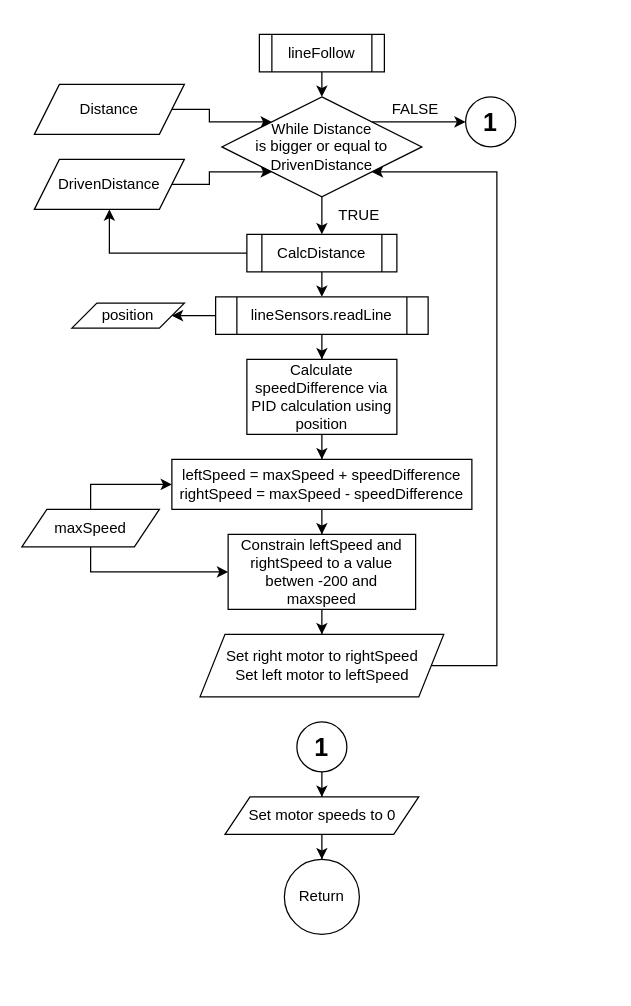
Above: Draw/lineFollow.drawio in jens1906/P1-project-1.-semester (draw.io), before the change. Source tidied: cells renumbered, new cells numbered last; positions are measured from the earlier drawing's top-left corner, leaving out a move shared by most shapes. Both pictures are drawn from the tidied source at 125%, with x=0, y=0 at pixel (21, 34).
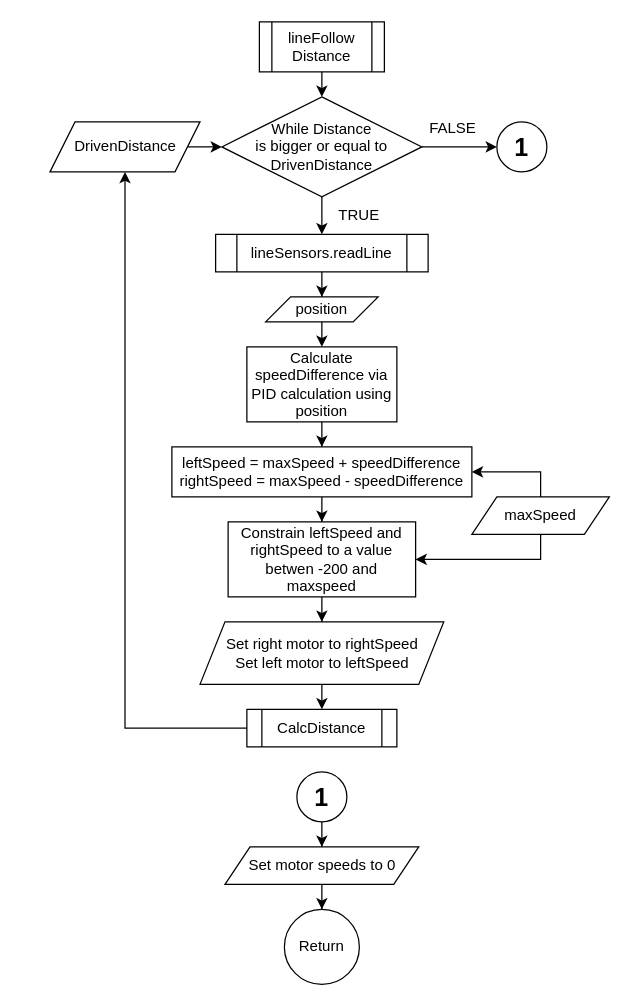
The same diagram, later.

The change refers to these unchanged cells:
```xml
<mxCell id="6" value="While Distance &lt;br&gt;is bigger or equal to DrivenDistance" style="rhombus;whiteSpace=wrap;html=1;" parent="1" vertex="1">
  <mxGeometry x="160" y="50" width="160" height="80" as="geometry" />
</mxCell>
```

Diff of the diagram source:
```diff
@@
-    <mxCell id="3" value="lineFollow" style="shape=process;whiteSpace=wrap;html=1;backgroundOutline=1;" parent="1" vertex="1">
-      <mxGeometry x="190" width="100" height="30" as="geometry" />
+    <mxCell id="3" value="lineFollow&lt;br&gt;Distance" style="shape=process;whiteSpace=wrap;html=1;backgroundOutline=1;" parent="1" vertex="1">
+      <mxGeometry x="190" y="-10" width="100" height="40" as="geometry" />
     </mxCell>
-    <mxCell id="4" style="edgeStyle=orthogonalEdgeStyle;rounded=0;jettySize=auto;html=1;exitX=1;exitY=0;exitDx=0;exitDy=0;entryX=0;entryY=0.5;entryDx=0;entryDy=0;" parent="1" edge="1" source="6" target="11">
+    <mxCell id="4" style="edgeStyle=orthogonalEdgeStyle;rounded=0;jettySize=auto;html=1;exitX=1;exitY=0.5;exitDx=0;exitDy=0;entryX=0;entryY=0.5;entryDx=0;entryDy=0;" parent="1" edge="1" source="6" target="11">
       <mxGeometry relative="1" as="geometry" />
     </mxCell>
-    <mxCell id="5" style="edgeStyle=orthogonalEdgeStyle;rounded=0;jettySize=auto;html=1;entryX=0.5;entryY=0;entryDx=0;entryDy=0;" parent="1" edge="1" source="6" target="16">
-      <mxGeometry relative="1" as="geometry" />
-    </mxCell>
+    <mxCell id="37" style="edgeStyle=orthogonalEdgeStyle;rounded=0;jettySize=auto;html=1;exitX=0.5;exitY=1;exitDx=0;exitDy=0;entryX=0.5;entryY=0;entryDx=0;entryDy=0;" parent="1" edge="1" source="6" target="19">
+      <mxGeometry relative="1" as="geometry" />
+    </mxCell>
@@
-    <mxCell id="7" style="edgeStyle=orthogonalEdgeStyle;rounded=0;jettySize=auto;html=1;exitX=1;exitY=0.5;exitDx=0;exitDy=0;entryX=0;entryY=0;entryDx=0;entryDy=0;" parent="1" edge="1" source="8" target="6">
-      <mxGeometry relative="1" as="geometry" />
-    </mxCell>
-    <mxCell id="8" value="Distance" style="shape=parallelogram;perimeter=parallelogramPerimeter;whiteSpace=wrap;html=1;fixedSize=1;" parent="1" vertex="1">
-      <mxGeometry x="10" y="40" width="120" height="40" as="geometry" />
-    </mxCell>
-    <mxCell id="9" style="edgeStyle=orthogonalEdgeStyle;rounded=0;jettySize=auto;html=1;exitX=1;exitY=0.5;exitDx=0;exitDy=0;entryX=0;entryY=1;entryDx=0;entryDy=0;" parent="1" edge="1" source="10" target="6">
+    <mxCell id="9" style="edgeStyle=orthogonalEdgeStyle;rounded=0;jettySize=auto;html=1;exitX=1;exitY=0.5;exitDx=0;exitDy=0;entryX=0;entryY=0.5;entryDx=0;entryDy=0;" parent="1" edge="1" source="10" target="6">
       <mxGeometry relative="1" as="geometry" />
     </mxCell>
     <mxCell id="10" value="DrivenDistance" style="shape=parallelogram;perimeter=parallelogramPerimeter;whiteSpace=wrap;html=1;fixedSize=1;" parent="1" vertex="1">
-      <mxGeometry x="10" y="100" width="120" height="40" as="geometry" />
+      <mxGeometry x="22.5" y="70" width="120" height="40" as="geometry" />
     </mxCell>
     <mxCell id="11" value="&lt;font style=&quot;font-size: 20px;&quot;&gt;&lt;b&gt;1&lt;/b&gt;&lt;/font&gt;" style="ellipse;whiteSpace=wrap;html=1;" parent="1" vertex="1">
-      <mxGeometry x="355" y="50" width="40" height="40" as="geometry" />
+      <mxGeometry x="380" y="70" width="40" height="40" as="geometry" />
     </mxCell>
@@
     <mxCell id="13" value="FALSE" style="text;html=1;strokeColor=none;fillColor=none;align=center;verticalAlign=middle;whiteSpace=wrap;rounded=0;" parent="1" vertex="1">
-      <mxGeometry x="285" y="45" width="60" height="30" as="geometry" />
+      <mxGeometry x="315" y="60" width="60" height="30" as="geometry" />
     </mxCell>
-    <mxCell id="14" style="edgeStyle=orthogonalEdgeStyle;rounded=0;jettySize=auto;html=1;exitX=0;exitY=0.5;exitDx=0;exitDy=0;entryX=0.5;entryY=1;entryDx=0;entryDy=0;" parent="1" edge="1" source="16" target="10">
+    <mxCell id="14" style="edgeStyle=orthogonalEdgeStyle;rounded=0;jettySize=auto;html=1;exitX=0;exitY=0.5;exitDx=0;exitDy=0;" parent="1" edge="1" source="16" target="10">
       <mxGeometry relative="1" as="geometry" />
     </mxCell>
-    <mxCell id="15" style="edgeStyle=orthogonalEdgeStyle;rounded=0;jettySize=auto;html=1;exitX=0.5;exitY=1;exitDx=0;exitDy=0;entryX=0.5;entryY=0;entryDx=0;entryDy=0;" parent="1" edge="1" source="16" target="19">
-      <mxGeometry relative="1" as="geometry" />
-    </mxCell>
     <mxCell id="16" value="CalcDistance" style="shape=process;whiteSpace=wrap;html=1;backgroundOutline=1;" parent="1" vertex="1">
-      <mxGeometry x="180" y="160" width="120" height="30" as="geometry" />
+      <mxGeometry x="180" y="540" width="120" height="30" as="geometry" />
     </mxCell>
-    <mxCell id="17" style="edgeStyle=orthogonalEdgeStyle;rounded=0;jettySize=auto;html=1;exitX=0;exitY=0.5;exitDx=0;exitDy=0;entryX=1;entryY=0.5;entryDx=0;entryDy=0;" parent="1" edge="1" source="19" target="20">
-      <mxGeometry relative="1" as="geometry" />
-    </mxCell>
-    <mxCell id="18" style="edgeStyle=orthogonalEdgeStyle;rounded=0;jettySize=auto;html=1;" parent="1" edge="1" source="19" target="22">
+    <mxCell id="18" style="edgeStyle=orthogonalEdgeStyle;rounded=0;jettySize=auto;html=1;entryX=0.5;entryY=0;entryDx=0;entryDy=0;" parent="1" edge="1" source="19" target="20">
       <mxGeometry relative="1" as="geometry" />
     </mxCell>
     <mxCell id="19" value="lineSensors.readLine" style="shape=process;whiteSpace=wrap;html=1;backgroundOutline=1;" parent="1" vertex="1">
-      <mxGeometry x="155" y="210" width="170" height="30" as="geometry" />
+      <mxGeometry x="155" y="160" width="170" height="30" as="geometry" />
     </mxCell>
+    <mxCell id="38" style="edgeStyle=orthogonalEdgeStyle;rounded=0;jettySize=auto;html=1;exitX=0.5;exitY=1;exitDx=0;exitDy=0;entryX=0.5;entryY=0;entryDx=0;entryDy=0;" parent="1" edge="1" source="20" target="22">
+      <mxGeometry relative="1" as="geometry" />
+    </mxCell>
     <mxCell id="20" value="position" style="shape=parallelogram;perimeter=parallelogramPerimeter;whiteSpace=wrap;html=1;fixedSize=1;" parent="1" vertex="1">
-      <mxGeometry x="40" y="215" width="90" height="20" as="geometry" />
+      <mxGeometry x="195" y="210" width="90" height="20" as="geometry" />
     </mxCell>
@@
     <mxCell id="22" value="Calculate speedDifference via PID calculation using position" style="whiteSpace=wrap;html=1;" parent="1" vertex="1">
-      <mxGeometry x="180" y="260" width="120" height="60" as="geometry" />
+      <mxGeometry x="180" y="250" width="120" height="60" as="geometry" />
     </mxCell>
@@
     <mxCell id="24" value="leftSpeed = maxSpeed + speedDifference&lt;br&gt;rightSpeed = maxSpeed - speedDifference" style="whiteSpace=wrap;html=1;" parent="1" vertex="1">
-      <mxGeometry x="120" y="340" width="240" height="40" as="geometry" />
+      <mxGeometry x="120" y="330" width="240" height="40" as="geometry" />
     </mxCell>
@@
     <mxCell id="26" value="Constrain leftSpeed and rightSpeed to a value betwen -200 and maxspeed" style="whiteSpace=wrap;html=1;" parent="1" vertex="1">
-      <mxGeometry x="165" y="400" width="150" height="60" as="geometry" />
+      <mxGeometry x="165" y="390" width="150" height="60" as="geometry" />
     </mxCell>
-    <mxCell id="27" style="edgeStyle=orthogonalEdgeStyle;rounded=0;jettySize=auto;html=1;exitX=0.5;exitY=0;exitDx=0;exitDy=0;entryX=0;entryY=0.5;entryDx=0;entryDy=0;" parent="1" edge="1" source="29" target="24">
+    <mxCell id="27" style="edgeStyle=orthogonalEdgeStyle;rounded=0;jettySize=auto;html=1;exitX=0.5;exitY=0;exitDx=0;exitDy=0;entryX=1;entryY=0.5;entryDx=0;entryDy=0;" parent="1" edge="1" source="29" target="24">
       <mxGeometry relative="1" as="geometry" />
     </mxCell>
-    <mxCell id="28" style="edgeStyle=orthogonalEdgeStyle;rounded=0;jettySize=auto;html=1;exitX=0.5;exitY=1;exitDx=0;exitDy=0;entryX=0;entryY=0.5;entryDx=0;entryDy=0;" parent="1" edge="1" source="29" target="26">
+    <mxCell id="28" style="edgeStyle=orthogonalEdgeStyle;rounded=0;jettySize=auto;html=1;exitX=0.5;exitY=1;exitDx=0;exitDy=0;entryX=1;entryY=0.5;entryDx=0;entryDy=0;" parent="1" edge="1" source="29" target="26">
       <mxGeometry relative="1" as="geometry" />
     </mxCell>
     <mxCell id="29" value="maxSpeed" style="shape=parallelogram;perimeter=parallelogramPerimeter;whiteSpace=wrap;html=1;fixedSize=1;" parent="1" vertex="1">
-      <mxGeometry y="380" width="110" height="30" as="geometry" />
+      <mxGeometry x="360" y="370" width="110" height="30" as="geometry" />
     </mxCell>
-    <mxCell id="30" style="edgeStyle=orthogonalEdgeStyle;rounded=0;jettySize=auto;html=1;exitX=1;exitY=0.5;exitDx=0;exitDy=0;entryX=1;entryY=1;entryDx=0;entryDy=0;" parent="1" edge="1" source="31" target="6">
-      <mxGeometry relative="1" as="geometry">
-        <Array as="points">
-          <mxPoint x="380" y="505" />
-          <mxPoint x="380" y="110" />
-        </Array>
-      </mxGeometry>
-    </mxCell>
+    <mxCell id="39" style="edgeStyle=orthogonalEdgeStyle;rounded=0;jettySize=auto;html=1;exitX=0.5;exitY=1;exitDx=0;exitDy=0;entryX=0.5;entryY=0;entryDx=0;entryDy=0;" parent="1" edge="1" source="31" target="16">
+      <mxGeometry relative="1" as="geometry" />
+    </mxCell>
     <mxCell id="31" value="Set right motor to rightSpeed&lt;br&gt;Set left motor to leftSpeed" style="shape=parallelogram;perimeter=parallelogramPerimeter;whiteSpace=wrap;html=1;fixedSize=1;" parent="1" vertex="1">
-      <mxGeometry x="142.5" y="480" width="195" height="50" as="geometry" />
+      <mxGeometry x="142.5" y="470" width="195" height="50" as="geometry" />
     </mxCell>
@@
     <mxCell id="33" value="&lt;font style=&quot;font-size: 20px;&quot;&gt;&lt;b&gt;1&lt;/b&gt;&lt;/font&gt;" style="ellipse;whiteSpace=wrap;html=1;" parent="1" vertex="1">
-      <mxGeometry x="220" y="550" width="40" height="40" as="geometry" />
+      <mxGeometry x="220" y="590" width="40" height="40" as="geometry" />
     </mxCell>
@@
     <mxCell id="35" value="Set motor speeds to 0" style="shape=parallelogram;perimeter=parallelogramPerimeter;whiteSpace=wrap;html=1;fixedSize=1;" parent="1" vertex="1">
-      <mxGeometry x="162.5" y="610" width="155" height="30" as="geometry" />
+      <mxGeometry x="162.5" y="650" width="155" height="30" as="geometry" />
     </mxCell>
     <mxCell id="36" value="Return" style="ellipse;whiteSpace=wrap;html=1;" parent="1" vertex="1">
-      <mxGeometry x="210" y="660" width="60" height="60" as="geometry" />
+      <mxGeometry x="210" y="700" width="60" height="60" as="geometry" />
     </mxCell>
```
